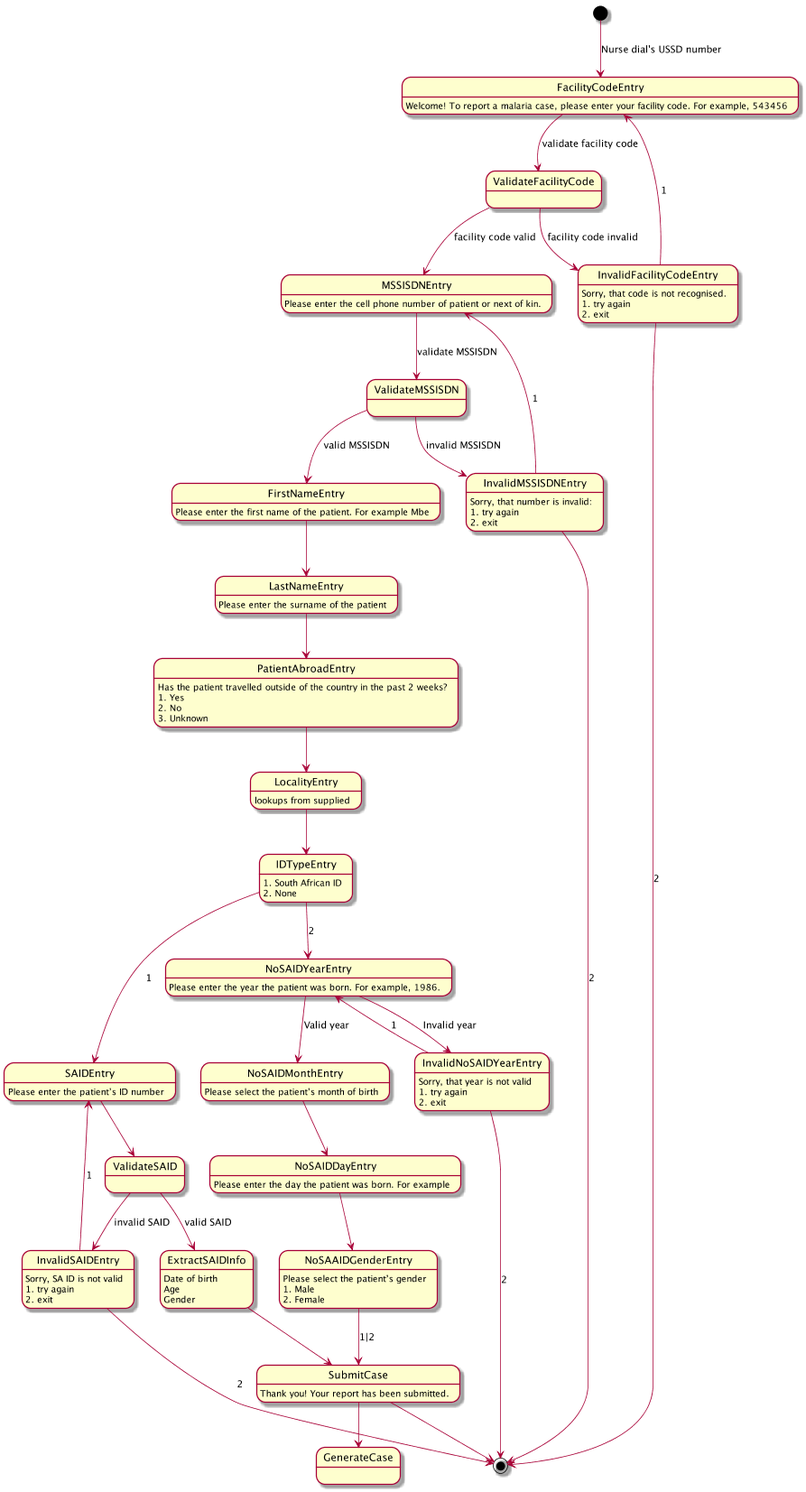
Before: State.png, a diagram exported from PlantUML (praekeltfoundation/go-jsbox-malaria24).
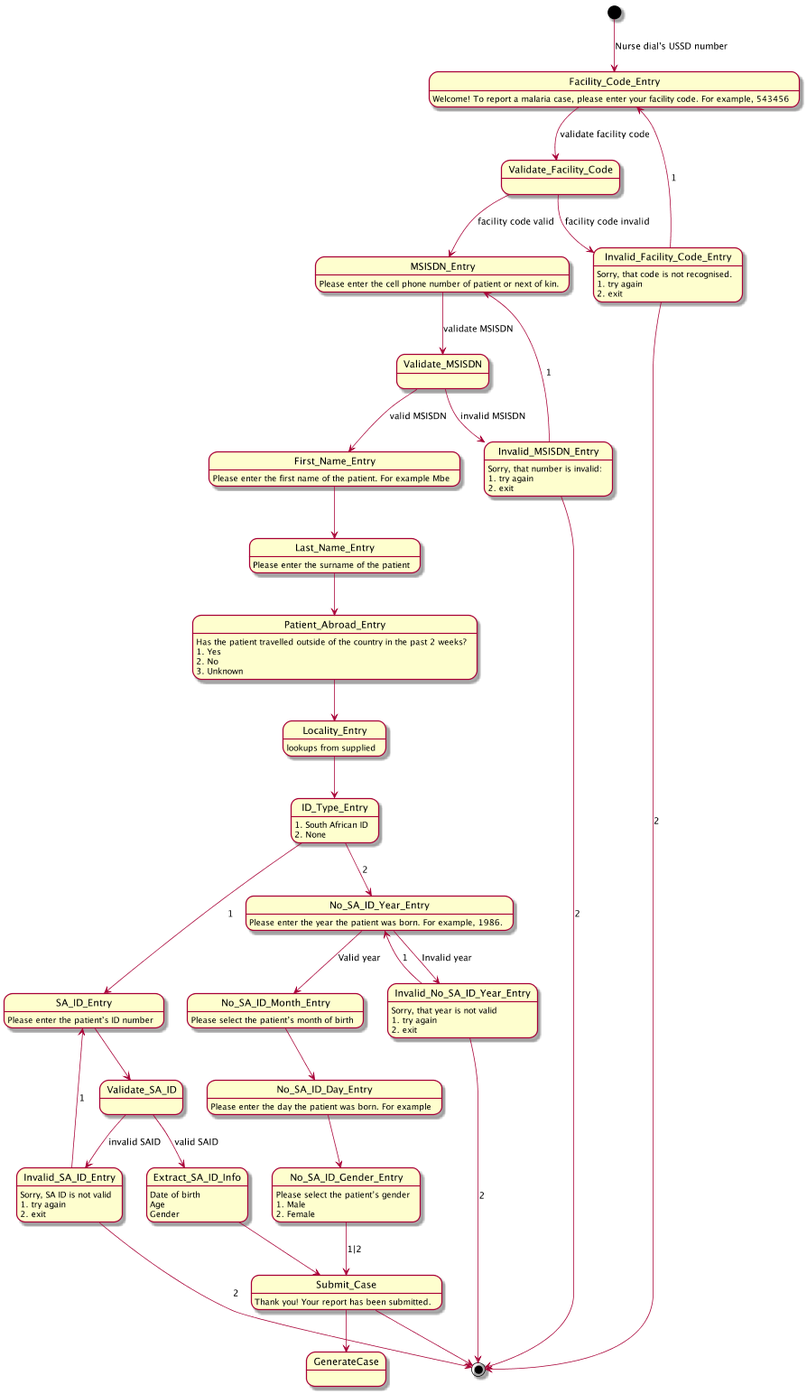
After the commit.

Commit message:
Added:   - extract_states_from_diagram

Updates:
  - State.md

What changed in the source:
```diff
@@ -2,92 +2,92 @@
 scale 900 width
 
 
-[*] --> FacilityCodeEntry : Nurse dial's USSD number
-FacilityCodeEntry : Welcome! To report a malaria case, please enter your facility code. For example, 543456
+[*] --> Facility_Code_Entry : Nurse dial's USSD number
+Facility_Code_Entry : Welcome! To report a malaria case, please enter your facility code. For example, 543456
 
-FacilityCodeEntry --> ValidateFacilityCode : validate facility code
-ValidateFacilityCode --> InvalidFacilityCodeEntry : facility code invalid
-InvalidFacilityCodeEntry: Sorry, that code is not recognised.
-InvalidFacilityCodeEntry: 1. try again
-InvalidFacilityCodeEntry: 2. exit
-InvalidFacilityCodeEntry --> [*] : 2
-InvalidFacilityCodeEntry --> FacilityCodeEntry : 1
-ValidateFacilityCode --> MSSISDNEntry : facility code valid
-MSSISDNEntry : Please enter the cell phone number of patient or next of kin.
+Facility_Code_Entry --> Validate_Facility_Code : validate facility code
+Validate_Facility_Code --> Invalid_Facility_Code_Entry : facility code invalid
+Invalid_Facility_Code_Entry: Sorry, that code is not recognised.
+Invalid_Facility_Code_Entry: 1. try again
+Invalid_Facility_Code_Entry: 2. exit
+Invalid_Facility_Code_Entry --> [*] : 2
+Invalid_Facility_Code_Entry --> Facility_Code_Entry : 1
+Validate_Facility_Code --> MSISDN_Entry : facility code valid
+MSISDN_Entry : Please enter the cell phone number of patient or next of kin.
 
-MSSISDNEntry --> ValidateMSSISDN : validate MSSISDN
-ValidateMSSISDN --> FirstNameEntry : valid MSSISDN
-ValidateMSSISDN --> InvalidMSSISDNEntry : invalid MSSISDN
+MSISDN_Entry --> Validate_MSISDN : validate MSISDN
+Validate_MSISDN --> First_Name_Entry : valid MSISDN
+Validate_MSISDN --> Invalid_MSISDN_Entry : invalid MSISDN
 
-InvalidMSSISDNEntry : Sorry, that number is invalid:
-InvalidMSSISDNEntry: 1. try again
-InvalidMSSISDNEntry: 2. exit
+Invalid_MSISDN_Entry : Sorry, that number is invalid:
+Invalid_MSISDN_Entry: 1. try again
+Invalid_MSISDN_Entry: 2. exit
 
-InvalidMSSISDNEntry --> MSSISDNEntry : 1
-InvalidMSSISDNEntry --> [*] : 2
+Invalid_MSISDN_Entry --> MSISDN_Entry : 1
+Invalid_MSISDN_Entry --> [*] : 2
 
 
-FirstNameEntry : Please enter the first name of the patient. For example Mbe
-FirstNameEntry --> LastNameEntry
-LastNameEntry : Please enter the surname of the patient
+First_Name_Entry : Please enter the first name of the patient. For example Mbe
+First_Name_Entry --> Last_Name_Entry
+Last_Name_Entry : Please enter the surname of the patient
 
-LastNameEntry --> PatientAbroadEntry
-PatientAbroadEntry : Has the patient travelled outside of the country in the past 2 weeks?
-PatientAbroadEntry: 1. Yes
-PatientAbroadEntry : 2. No
-PatientAbroadEntry : 3. Unknown
-PatientAbroadEntry --> LocalityEntry
-LocalityEntry : lookups from supplied
-LocalityEntry --> IDTypeEntry
-IDTypeEntry --> SAIDEntry : 1
-IDTypeEntry : 1. South African ID
-IDTypeEntry : 2. None
+Last_Name_Entry --> Patient_Abroad_Entry
+Patient_Abroad_Entry : Has the patient travelled outside of the country in the past 2 weeks?
+Patient_Abroad_Entry: 1. Yes
+Patient_Abroad_Entry : 2. No
+Patient_Abroad_Entry : 3. Unknown
+Patient_Abroad_Entry --> Locality_Entry
+Locality_Entry : lookups from supplied
+Locality_Entry --> ID_Type_Entry
+ID_Type_Entry --> SA_ID_Entry : 1
+ID_Type_Entry : 1. South African ID
+ID_Type_Entry : 2. None
 
-IDTypeEntry --> NoSAIDYearEntry : 2
-NoSAIDYearEntry : Please enter the year the patient was born. For example, 1986.
-NoSAIDYearEntry --> InvalidNoSAIDYearEntry : Invalid year
-InvalidNoSAIDYearEntry: Sorry, that year is not valid
-InvalidNoSAIDYearEntry : 1. try again
-InvalidNoSAIDYearEntry : 2. exit
+ID_Type_Entry --> No_SA_ID_Year_Entry : 2
+No_SA_ID_Year_Entry : Please enter the year the patient was born. For example, 1986.
+No_SA_ID_Year_Entry --> Invalid_No_SA_ID_Year_Entry : Invalid year
+Invalid_No_SA_ID_Year_Entry: Sorry, that year is not valid
+Invalid_No_SA_ID_Year_Entry : 1. try again
+Invalid_No_SA_ID_Year_Entry : 2. exit
 
-InvalidNoSAIDYearEntry --> [*] : 2
-InvalidNoSAIDYearEntry --> NoSAIDYearEntry : 1
+Invalid_No_SA_ID_Year_Entry --> [*] : 2
+Invalid_No_SA_ID_Year_Entry --> No_SA_ID_Year_Entry : 1
 
 
-NoSAIDYearEntry --> NoSAIDMonthEntry : Valid year
-NoSAIDMonthEntry : Please select the patient?s month of birth
-NoSAIDMonthEntry --> NoSAIDDayEntry
-NoSAIDDayEntry : Please enter the day the patient was born. For example
-NoSAIDDayEntry --> NoSAAIDGenderEntry
-NoSAAIDGenderEntry : Please select the patient?s gender
-NoSAAIDGenderEntry : 1. Male
-NoSAAIDGenderEntry : 2. Female
+No_SA_ID_Year_Entry --> No_SA_ID_Month_Entry : Valid year
+No_SA_ID_Month_Entry : Please select the patient?s month of birth
+No_SA_ID_Month_Entry --> No_SA_ID_Day_Entry
 
-NoSAAIDGenderEntry --> SubmitCase : 1|2
-SAIDEntry : Please enter the patient?s ID number
+No_SA_ID_Day_Entry : Please enter the day the patient was born. For example
+No_SA_ID_Day_Entry --> No_SA_ID_Gender_Entry
 
-SAIDEntry --> ValidateSAID
-ValidateSAID --> ExtractSAIDInfo : valid SAID
-ValidateSAID --> InvalidSAIDEntry : invalid SAID
+No_SA_ID_Gender_Entry : Please select the patient?s gender
+No_SA_ID_Gender_Entry : 1. Male
+No_SA_ID_Gender_Entry : 2. Female
+No_SA_ID_Gender_Entry --> Submit_Case : 1|2
+
+SA_ID_Entry : Please enter the patient?s ID number
+SA_ID_Entry --> Validate_SA_ID
+
+Validate_SA_ID --> Extract_SA_ID_Info : valid SAID
+Validate_SA_ID --> Invalid_SA_ID_Entry : invalid SAID
 
 
-InvalidSAIDEntry : Sorry, SA ID is not valid
-InvalidSAIDEntry : 1. try again
-InvalidSAIDEntry : 2. exit
+Invalid_SA_ID_Entry : Sorry, SA ID is not valid
+Invalid_SA_ID_Entry : 1. try again
+Invalid_SA_ID_Entry : 2. exit
+Invalid_SA_ID_Entry --> SA_ID_Entry : 1
+Invalid_SA_ID_Entry --> [*] : 2
 
-InvalidSAIDEntry --> SAIDEntry : 1
-InvalidSAIDEntry --> [*] : 2
+Extract_SA_ID_Info --> Submit_Case
+Extract_SA_ID_Info : Date of birth
+Extract_SA_ID_Info : Age
+Extract_SA_ID_Info : Gender
 
+Submit_Case --> [*]
 
-ExtractSAIDInfo --> SubmitCase
-ExtractSAIDInfo : Date of birth
-ExtractSAIDInfo : Age
-ExtractSAIDInfo : Gender
+Submit_Case: Thank you! Your report has been submitted.
 
-SubmitCase --> [*]
-
-SubmitCase: Thank you! Your report has been submitted.
-
-SubmitCase --> GenerateCase
+Submit_Case --> GenerateCase
 
 @enduml
```
